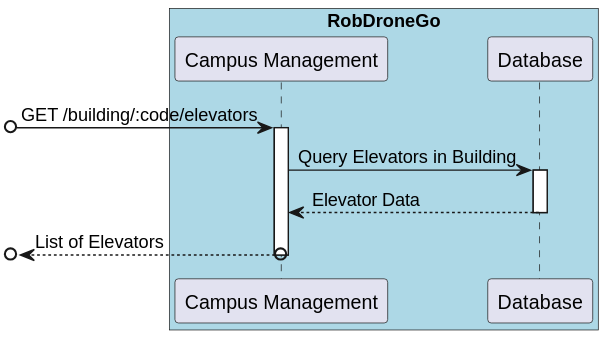
The PlantUML diagram docs/US/ID-290/SD Lv2.svg in winqus/RobDroneGo, before a commit. Source of this version:
```plantuml
@startuml SD Lv2

box "RobDroneGo" #LightBlue
    participant "Campus Management" as Campus
    participant "Database" as DB
end box

[o-> Campus : GET /building/:code/elevators
activate Campus

Campus -> DB : Query Elevators in Building
activate DB
DB --> Campus : Elevator Data
deactivate DB

[o<--o Campus : List of Elevators
deactivate Campus

@enduml
```
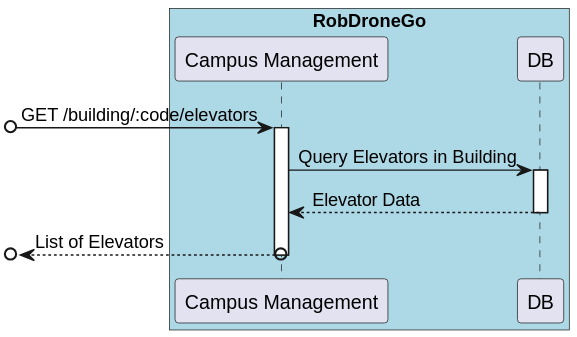
After the commit.

The edit, as a diff of the source:
```diff
@@ -2,7 +2,7 @@
 
 box "RobDroneGo" #LightBlue
     participant "Campus Management" as Campus
-    participant "Database" as DB
+    participant "DB" as DB
 end box
 
 [o-> Campus : GET /building/:code/elevators
```
